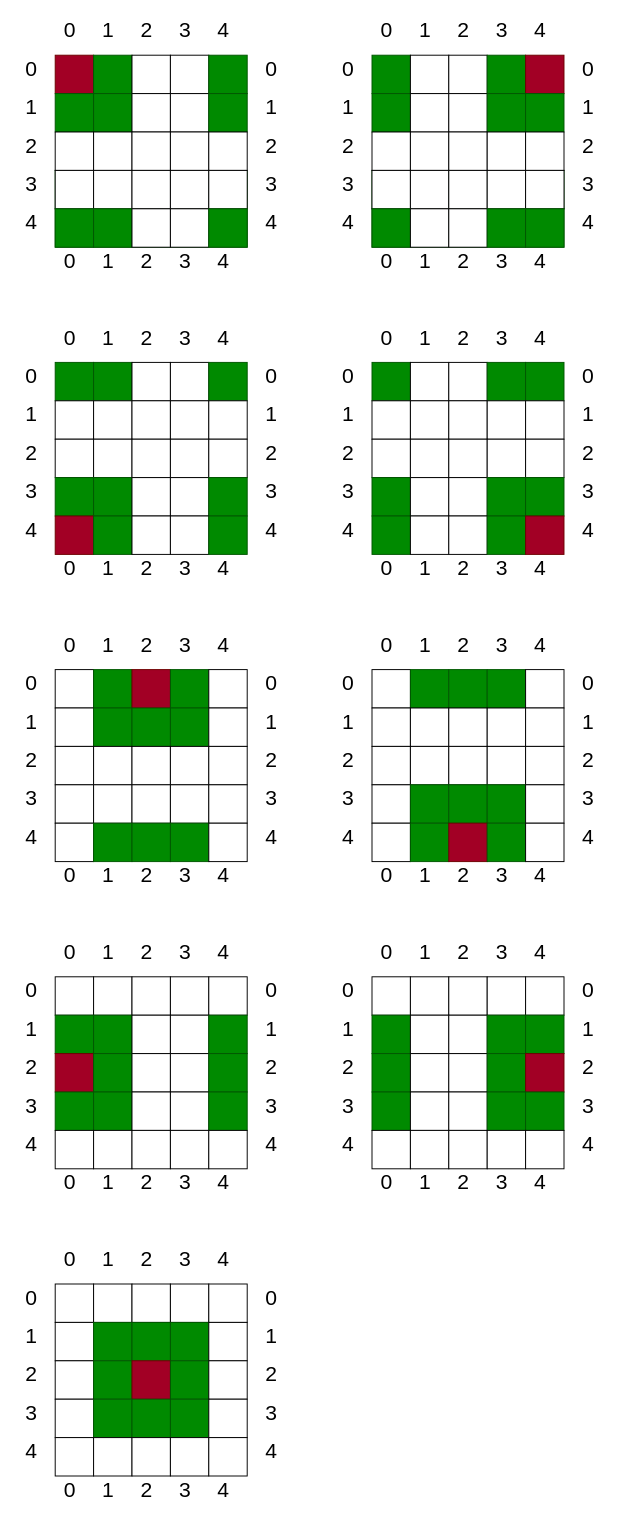
Above: Life.drawio in utamons/webtech (draw.io), before the change. Source tidied: cells renumbered, new cells numbered last; positions are measured from the earlier drawing's top-left corner, leaving out a move shared by most shapes. Both pictures are drawn from the tidied source at 96%, with x=0, y=0 at pixel (16, 16).
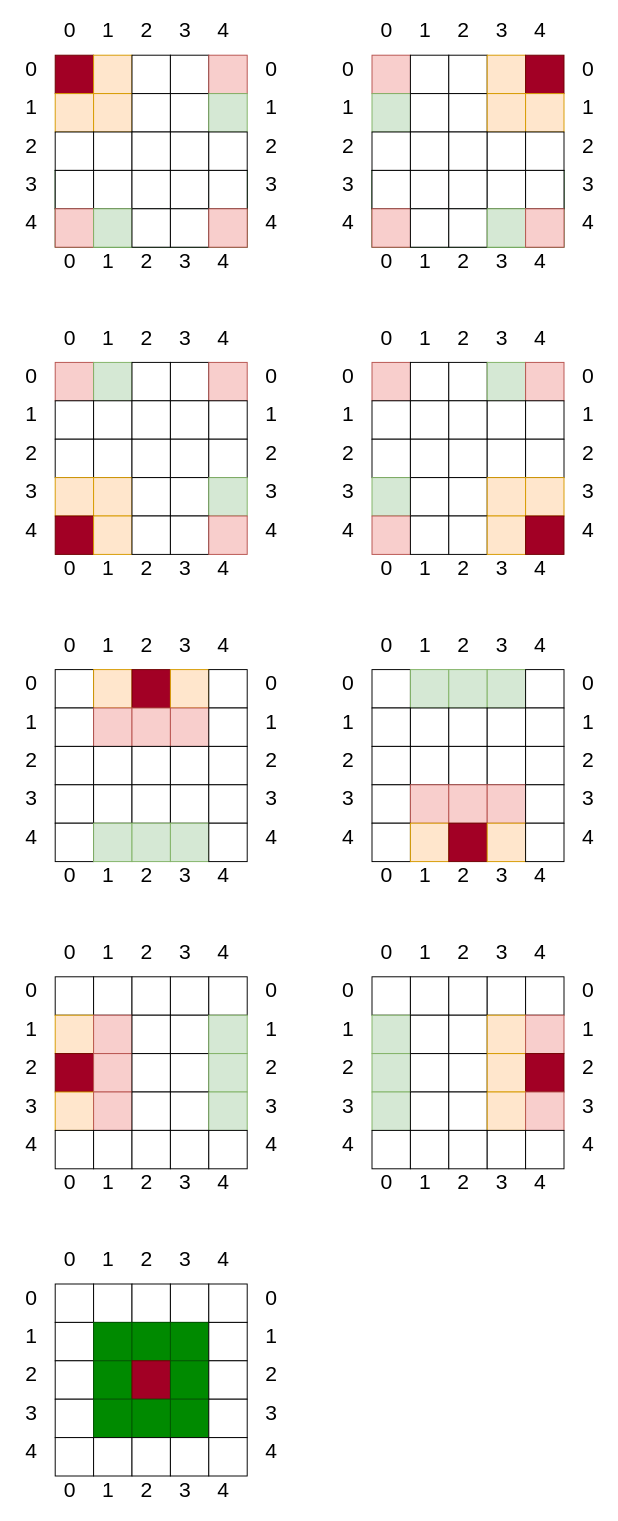
The same page after the edit.

Unchanged cells that the change refers to:
```xml
<mxCell id="2" style="group;" parent="1" vertex="1">
  <mxGeometry width="610" height="270" as="geometry" />
</mxCell>
<mxCell id="3" style="group;" parent="2" vertex="1">
  <mxGeometry width="280" height="270" as="geometry" />
</mxCell>
<mxCell id="98" style="group;" parent="1" vertex="1">
  <mxGeometry y="320" width="610" height="270" as="geometry" />
</mxCell>
<mxCell id="99" style="group;" parent="98" vertex="1">
  <mxGeometry width="280" height="270" as="geometry" />
</mxCell>
<mxCell id="194" style="group;" parent="1" vertex="1">
  <mxGeometry y="960" width="610" height="270" as="geometry" />
</mxCell>
<mxCell id="195" style="group;" parent="194" vertex="1">
  <mxGeometry width="280" height="270" as="geometry" />
</mxCell>
<mxCell id="290" style="group;" parent="1" vertex="1">
  <mxGeometry y="640" width="610" height="270" as="geometry" />
</mxCell>
<mxCell id="291" style="group;" parent="290" vertex="1">
  <mxGeometry width="280" height="270" as="geometry" />
</mxCell>
```

Change to the diagram source:
```diff
@@
-    <mxCell id="17" style="whiteSpace=wrap;html=1;fillColor=#008a00;strokeColor=#005700;fontColor=#ffffff;" parent="3" vertex="1">
+    <mxCell id="17" style="whiteSpace=wrap;html=1;fillColor=#ffe6cc;strokeColor=#d79b00;" parent="3" vertex="1">
       <mxGeometry x="80" y="40" width="40" height="40" as="geometry" />
     </mxCell>
@@
-    <mxCell id="20" style="whiteSpace=wrap;html=1;fillColor=#008a00;fontColor=#ffffff;strokeColor=#005700;" parent="3" vertex="1">
+    <mxCell id="20" style="whiteSpace=wrap;html=1;fillColor=#f8cecc;strokeColor=#b85450;" parent="3" vertex="1">
       <mxGeometry x="200" y="40" width="40" height="40" as="geometry" />
     </mxCell>
-    <mxCell id="21" style="whiteSpace=wrap;html=1;fillColor=#008a00;fontColor=#ffffff;strokeColor=#005700;" parent="3" vertex="1">
+    <mxCell id="21" style="whiteSpace=wrap;html=1;fillColor=#ffe6cc;strokeColor=#d79b00;" parent="3" vertex="1">
       <mxGeometry x="40" y="80" width="40" height="40" as="geometry" />
     </mxCell>
-    <mxCell id="22" style="whiteSpace=wrap;html=1;fillColor=#008a00;fontColor=#ffffff;strokeColor=#005700;" parent="3" vertex="1">
+    <mxCell id="22" style="whiteSpace=wrap;html=1;fillColor=#ffe6cc;strokeColor=#d79b00;" parent="3" vertex="1">
       <mxGeometry x="80" y="80" width="40" height="40" as="geometry" />
     </mxCell>
@@
-    <mxCell id="25" style="whiteSpace=wrap;html=1;fillColor=#008a00;fontColor=#ffffff;strokeColor=#005700;" parent="3" vertex="1">
+    <mxCell id="25" style="whiteSpace=wrap;html=1;fillColor=#d5e8d4;strokeColor=#82b366;" parent="3" vertex="1">
       <mxGeometry x="200" y="80" width="40" height="40" as="geometry" />
     </mxCell>
@@
-    <mxCell id="36" style="whiteSpace=wrap;html=1;fillColor=#008a00;fontColor=#ffffff;strokeColor=#005700;" parent="3" vertex="1">
+    <mxCell id="36" style="whiteSpace=wrap;html=1;fillColor=#f8cecc;strokeColor=#b85450;" parent="3" vertex="1">
       <mxGeometry x="40" y="200" width="40" height="40" as="geometry" />
     </mxCell>
-    <mxCell id="37" style="whiteSpace=wrap;html=1;fillColor=#008a00;fontColor=#ffffff;strokeColor=#005700;" parent="3" vertex="1">
+    <mxCell id="37" style="whiteSpace=wrap;html=1;fillColor=#d5e8d4;strokeColor=#82b366;" parent="3" vertex="1">
       <mxGeometry x="80" y="200" width="40" height="40" as="geometry" />
     </mxCell>
@@
-    <mxCell id="40" style="whiteSpace=wrap;html=1;fillColor=#008a00;fontColor=#ffffff;strokeColor=#005700;" parent="3" vertex="1">
+    <mxCell id="40" style="whiteSpace=wrap;html=1;fillColor=#f8cecc;strokeColor=#b85450;" parent="3" vertex="1">
       <mxGeometry x="200" y="200" width="40" height="40" as="geometry" />
     </mxCell>
@@
-    <mxCell id="63" style="whiteSpace=wrap;html=1;fillColor=#008a00;fontColor=#ffffff;strokeColor=#005700;" parent="2" vertex="1">
+    <mxCell id="63" style="whiteSpace=wrap;html=1;fillColor=#f8cecc;strokeColor=#b85450;" parent="2" vertex="1">
       <mxGeometry x="370" y="40" width="40" height="40" as="geometry" />
     </mxCell>
@@
-    <mxCell id="66" style="whiteSpace=wrap;html=1;fillColor=#008a00;fontColor=#ffffff;strokeColor=#005700;" parent="2" vertex="1">
+    <mxCell id="66" style="whiteSpace=wrap;html=1;fillColor=#ffe6cc;strokeColor=#d79b00;" parent="2" vertex="1">
       <mxGeometry x="490" y="40" width="40" height="40" as="geometry" />
     </mxCell>
@@
-    <mxCell id="68" style="whiteSpace=wrap;html=1;fillColor=#008a00;fontColor=#ffffff;strokeColor=#005700;" parent="2" vertex="1">
+    <mxCell id="68" style="whiteSpace=wrap;html=1;fillColor=#d5e8d4;strokeColor=#82b366;" parent="2" vertex="1">
       <mxGeometry x="370" y="80" width="40" height="40" as="geometry" />
     </mxCell>
@@
-    <mxCell id="71" style="whiteSpace=wrap;html=1;fillColor=#008a00;fontColor=#ffffff;strokeColor=#005700;" parent="2" vertex="1">
+    <mxCell id="71" style="whiteSpace=wrap;html=1;fillColor=#ffe6cc;strokeColor=#d79b00;" parent="2" vertex="1">
       <mxGeometry x="490" y="80" width="40" height="40" as="geometry" />
     </mxCell>
-    <mxCell id="72" style="whiteSpace=wrap;html=1;fillColor=#008a00;fontColor=#ffffff;strokeColor=#005700;" parent="2" vertex="1">
+    <mxCell id="72" style="whiteSpace=wrap;html=1;fillColor=#ffe6cc;strokeColor=#d79b00;" parent="2" vertex="1">
       <mxGeometry x="530" y="80" width="40" height="40" as="geometry" />
     </mxCell>
@@
-    <mxCell id="83" style="whiteSpace=wrap;html=1;fillColor=#008a00;fontColor=#ffffff;strokeColor=#005700;" parent="2" vertex="1">
+    <mxCell id="83" style="whiteSpace=wrap;html=1;fillColor=#f8cecc;strokeColor=#b85450;" parent="2" vertex="1">
       <mxGeometry x="370" y="200" width="40" height="40" as="geometry" />
     </mxCell>
@@
-    <mxCell id="86" style="whiteSpace=wrap;html=1;fillColor=#008a00;fontColor=#ffffff;strokeColor=#005700;" parent="2" vertex="1">
+    <mxCell id="86" style="whiteSpace=wrap;html=1;fillColor=#d5e8d4;strokeColor=#82b366;" parent="2" vertex="1">
       <mxGeometry x="490" y="200" width="40" height="40" as="geometry" />
     </mxCell>
-    <mxCell id="87" style="whiteSpace=wrap;html=1;fillColor=#008a00;fontColor=#ffffff;strokeColor=#005700;" parent="2" vertex="1">
+    <mxCell id="87" style="whiteSpace=wrap;html=1;fillColor=#f8cecc;strokeColor=#b85450;" parent="2" vertex="1">
       <mxGeometry x="530" y="200" width="40" height="40" as="geometry" />
     </mxCell>
@@
-    <mxCell id="112" style="whiteSpace=wrap;html=1;fillColor=#008a00;fontColor=#ffffff;strokeColor=#005700;" parent="99" vertex="1">
+    <mxCell id="112" style="whiteSpace=wrap;html=1;fillColor=#f8cecc;strokeColor=#b85450;" parent="99" vertex="1">
       <mxGeometry x="40" y="40" width="40" height="40" as="geometry" />
     </mxCell>
-    <mxCell id="113" style="whiteSpace=wrap;html=1;fillColor=#008a00;fontColor=#ffffff;strokeColor=#005700;" parent="99" vertex="1">
+    <mxCell id="113" style="whiteSpace=wrap;html=1;fillColor=#d5e8d4;strokeColor=#82b366;" parent="99" vertex="1">
       <mxGeometry x="80" y="40" width="40" height="40" as="geometry" />
     </mxCell>
@@
-    <mxCell id="116" style="whiteSpace=wrap;html=1;fillColor=#008a00;fontColor=#ffffff;strokeColor=#005700;" parent="99" vertex="1">
+    <mxCell id="116" style="whiteSpace=wrap;html=1;fillColor=#f8cecc;strokeColor=#b85450;" parent="99" vertex="1">
       <mxGeometry x="200" y="40" width="40" height="40" as="geometry" />
     </mxCell>
@@
-    <mxCell id="127" style="whiteSpace=wrap;html=1;fillColor=#008a00;fontColor=#ffffff;strokeColor=#005700;" parent="99" vertex="1">
+    <mxCell id="127" style="whiteSpace=wrap;html=1;fillColor=#ffe6cc;strokeColor=#d79b00;" parent="99" vertex="1">
       <mxGeometry x="40" y="160" width="40" height="40" as="geometry" />
     </mxCell>
-    <mxCell id="128" style="whiteSpace=wrap;html=1;fillColor=#008a00;fontColor=#ffffff;strokeColor=#005700;" parent="99" vertex="1">
+    <mxCell id="128" style="whiteSpace=wrap;html=1;fillColor=#ffe6cc;strokeColor=#d79b00;" parent="99" vertex="1">
       <mxGeometry x="80" y="160" width="40" height="40" as="geometry" />
     </mxCell>
@@
-    <mxCell id="131" style="whiteSpace=wrap;html=1;fillColor=#008a00;fontColor=#ffffff;strokeColor=#005700;" parent="99" vertex="1">
+    <mxCell id="131" style="whiteSpace=wrap;html=1;fillColor=#d5e8d4;strokeColor=#82b366;" parent="99" vertex="1">
       <mxGeometry x="200" y="160" width="40" height="40" as="geometry" />
     </mxCell>
@@
-    <mxCell id="133" style="whiteSpace=wrap;html=1;fillColor=#008a00;fontColor=#ffffff;strokeColor=#005700;" parent="99" vertex="1">
+    <mxCell id="133" style="whiteSpace=wrap;html=1;fillColor=#ffe6cc;strokeColor=#d79b00;" parent="99" vertex="1">
       <mxGeometry x="80" y="200" width="40" height="40" as="geometry" />
     </mxCell>
@@
-    <mxCell id="136" style="whiteSpace=wrap;html=1;fillColor=#008a00;fontColor=#ffffff;strokeColor=#005700;" parent="99" vertex="1">
+    <mxCell id="136" style="whiteSpace=wrap;html=1;fillColor=#f8cecc;strokeColor=#b85450;" parent="99" vertex="1">
       <mxGeometry x="200" y="200" width="40" height="40" as="geometry" />
     </mxCell>
@@
-    <mxCell id="159" style="whiteSpace=wrap;html=1;fillColor=#008a00;fontColor=#ffffff;strokeColor=#005700;" parent="98" vertex="1">
+    <mxCell id="159" style="whiteSpace=wrap;html=1;fillColor=#f8cecc;strokeColor=#b85450;" parent="98" vertex="1">
       <mxGeometry x="370" y="40" width="40" height="40" as="geometry" />
     </mxCell>
@@
-    <mxCell id="162" style="whiteSpace=wrap;html=1;fillColor=#008a00;fontColor=#ffffff;strokeColor=#005700;" parent="98" vertex="1">
+    <mxCell id="162" style="whiteSpace=wrap;html=1;fillColor=#d5e8d4;strokeColor=#82b366;" parent="98" vertex="1">
       <mxGeometry x="490" y="40" width="40" height="40" as="geometry" />
     </mxCell>
-    <mxCell id="163" style="whiteSpace=wrap;html=1;fillColor=#008a00;fontColor=#ffffff;strokeColor=#005700;" parent="98" vertex="1">
+    <mxCell id="163" style="whiteSpace=wrap;html=1;fillColor=#f8cecc;strokeColor=#b85450;" parent="98" vertex="1">
       <mxGeometry x="530" y="40" width="40" height="40" as="geometry" />
     </mxCell>
@@
-    <mxCell id="174" style="whiteSpace=wrap;html=1;fillColor=#008a00;fontColor=#ffffff;strokeColor=#005700;" parent="98" vertex="1">
+    <mxCell id="174" style="whiteSpace=wrap;html=1;fillColor=#d5e8d4;strokeColor=#82b366;" parent="98" vertex="1">
       <mxGeometry x="370" y="160" width="40" height="40" as="geometry" />
     </mxCell>
@@
-    <mxCell id="177" style="whiteSpace=wrap;html=1;fillColor=#008a00;fontColor=#ffffff;strokeColor=#005700;" parent="98" vertex="1">
+    <mxCell id="177" style="whiteSpace=wrap;html=1;fillColor=#ffe6cc;strokeColor=#d79b00;" parent="98" vertex="1">
       <mxGeometry x="490" y="160" width="40" height="40" as="geometry" />
     </mxCell>
-    <mxCell id="178" style="whiteSpace=wrap;html=1;fillColor=#008a00;fontColor=#ffffff;strokeColor=#005700;" parent="98" vertex="1">
+    <mxCell id="178" style="whiteSpace=wrap;html=1;fillColor=#ffe6cc;strokeColor=#d79b00;" parent="98" vertex="1">
       <mxGeometry x="530" y="160" width="40" height="40" as="geometry" />
     </mxCell>
-    <mxCell id="179" style="whiteSpace=wrap;html=1;fillColor=#008a00;fontColor=#ffffff;strokeColor=#005700;" parent="98" vertex="1">
+    <mxCell id="179" style="whiteSpace=wrap;html=1;fillColor=#f8cecc;strokeColor=#b85450;" parent="98" vertex="1">
       <mxGeometry x="370" y="200" width="40" height="40" as="geometry" />
     </mxCell>
@@
-    <mxCell id="182" style="whiteSpace=wrap;html=1;fillColor=#008a00;fontColor=#ffffff;strokeColor=#005700;" parent="98" vertex="1">
+    <mxCell id="182" style="whiteSpace=wrap;html=1;fillColor=#ffe6cc;strokeColor=#d79b00;" parent="98" vertex="1">
       <mxGeometry x="490" y="200" width="40" height="40" as="geometry" />
     </mxCell>
@@
-    <mxCell id="213" style="whiteSpace=wrap;html=1;fillColor=#008a00;fontColor=#ffffff;strokeColor=#005700;" parent="195" vertex="1">
+    <mxCell id="213" style="whiteSpace=wrap;html=1;fillColor=#ffe6cc;strokeColor=#d79b00;" parent="195" vertex="1">
       <mxGeometry x="40" y="80" width="40" height="40" as="geometry" />
     </mxCell>
-    <mxCell id="214" style="whiteSpace=wrap;html=1;fillColor=#008a00;fontColor=#ffffff;strokeColor=#005700;" parent="195" vertex="1">
+    <mxCell id="214" style="whiteSpace=wrap;html=1;fillColor=#f8cecc;strokeColor=#b85450;" parent="195" vertex="1">
       <mxGeometry x="80" y="80" width="40" height="40" as="geometry" />
     </mxCell>
@@
-    <mxCell id="217" style="whiteSpace=wrap;html=1;fillColor=#008a00;fontColor=#ffffff;strokeColor=#005700;" parent="195" vertex="1">
+    <mxCell id="217" style="whiteSpace=wrap;html=1;fillColor=#d5e8d4;strokeColor=#82b366;" parent="195" vertex="1">
       <mxGeometry x="200" y="80" width="40" height="40" as="geometry" />
     </mxCell>
@@
-    <mxCell id="219" style="whiteSpace=wrap;html=1;fillColor=#008a00;fontColor=#ffffff;strokeColor=#005700;" parent="195" vertex="1">
+    <mxCell id="219" style="whiteSpace=wrap;html=1;fillColor=#f8cecc;strokeColor=#b85450;" parent="195" vertex="1">
       <mxGeometry x="80" y="120" width="40" height="40" as="geometry" />
     </mxCell>
@@
-    <mxCell id="222" style="whiteSpace=wrap;html=1;fillColor=#008a00;fontColor=#ffffff;strokeColor=#005700;" parent="195" vertex="1">
+    <mxCell id="222" style="whiteSpace=wrap;html=1;fillColor=#d5e8d4;strokeColor=#82b366;" parent="195" vertex="1">
       <mxGeometry x="200" y="120" width="40" height="40" as="geometry" />
     </mxCell>
-    <mxCell id="223" style="whiteSpace=wrap;html=1;fillColor=#008a00;fontColor=#ffffff;strokeColor=#005700;" parent="195" vertex="1">
+    <mxCell id="223" style="whiteSpace=wrap;html=1;fillColor=#ffe6cc;strokeColor=#d79b00;" parent="195" vertex="1">
       <mxGeometry x="40" y="160" width="40" height="40" as="geometry" />
     </mxCell>
-    <mxCell id="224" style="whiteSpace=wrap;html=1;fillColor=#008a00;fontColor=#ffffff;strokeColor=#005700;" parent="195" vertex="1">
+    <mxCell id="224" style="whiteSpace=wrap;html=1;fillColor=#f8cecc;strokeColor=#b85450;" parent="195" vertex="1">
       <mxGeometry x="80" y="160" width="40" height="40" as="geometry" />
     </mxCell>
@@
-    <mxCell id="227" style="whiteSpace=wrap;html=1;fillColor=#008a00;fontColor=#ffffff;strokeColor=#005700;" parent="195" vertex="1">
+    <mxCell id="227" style="whiteSpace=wrap;html=1;fillColor=#d5e8d4;strokeColor=#82b366;" parent="195" vertex="1">
       <mxGeometry x="200" y="160" width="40" height="40" as="geometry" />
     </mxCell>
@@
-    <mxCell id="260" style="whiteSpace=wrap;html=1;fillColor=#008a00;fontColor=#ffffff;strokeColor=#005700;" parent="194" vertex="1">
+    <mxCell id="260" style="whiteSpace=wrap;html=1;fillColor=#d5e8d4;strokeColor=#82b366;" parent="194" vertex="1">
       <mxGeometry x="370" y="80" width="40" height="40" as="geometry" />
     </mxCell>
@@
-    <mxCell id="263" style="whiteSpace=wrap;html=1;fillColor=#008a00;fontColor=#ffffff;strokeColor=#005700;" parent="194" vertex="1">
+    <mxCell id="263" style="whiteSpace=wrap;html=1;fillColor=#ffe6cc;strokeColor=#d79b00;" parent="194" vertex="1">
       <mxGeometry x="490" y="80" width="40" height="40" as="geometry" />
     </mxCell>
-    <mxCell id="264" style="whiteSpace=wrap;html=1;fillColor=#008a00;fontColor=#ffffff;strokeColor=#005700;" parent="194" vertex="1">
+    <mxCell id="264" style="whiteSpace=wrap;html=1;fillColor=#f8cecc;strokeColor=#b85450;" parent="194" vertex="1">
       <mxGeometry x="530" y="80" width="40" height="40" as="geometry" />
     </mxCell>
-    <mxCell id="265" style="whiteSpace=wrap;html=1;fillColor=#008a00;fontColor=#ffffff;strokeColor=#005700;" parent="194" vertex="1">
+    <mxCell id="265" style="whiteSpace=wrap;html=1;fillColor=#d5e8d4;strokeColor=#82b366;" parent="194" vertex="1">
       <mxGeometry x="370" y="120" width="40" height="40" as="geometry" />
     </mxCell>
@@
-    <mxCell id="268" style="whiteSpace=wrap;html=1;fillColor=#008a00;fontColor=#ffffff;strokeColor=#005700;" parent="194" vertex="1">
+    <mxCell id="268" style="whiteSpace=wrap;html=1;fillColor=#ffe6cc;strokeColor=#d79b00;" parent="194" vertex="1">
       <mxGeometry x="490" y="120" width="40" height="40" as="geometry" />
     </mxCell>
@@
-    <mxCell id="270" style="whiteSpace=wrap;html=1;fillColor=#008a00;fontColor=#ffffff;strokeColor=#005700;" parent="194" vertex="1">
+    <mxCell id="270" style="whiteSpace=wrap;html=1;fillColor=#d5e8d4;strokeColor=#82b366;" parent="194" vertex="1">
       <mxGeometry x="370" y="160" width="40" height="40" as="geometry" />
     </mxCell>
@@
-    <mxCell id="273" style="whiteSpace=wrap;html=1;fillColor=#008a00;fontColor=#ffffff;strokeColor=#005700;" parent="194" vertex="1">
+    <mxCell id="273" style="whiteSpace=wrap;html=1;fillColor=#ffe6cc;strokeColor=#d79b00;" parent="194" vertex="1">
       <mxGeometry x="490" y="160" width="40" height="40" as="geometry" />
     </mxCell>
-    <mxCell id="274" style="whiteSpace=wrap;html=1;fillColor=#008a00;fontColor=#ffffff;strokeColor=#005700;" parent="194" vertex="1">
+    <mxCell id="274" style="whiteSpace=wrap;html=1;fillColor=#f8cecc;strokeColor=#b85450;" parent="194" vertex="1">
       <mxGeometry x="530" y="160" width="40" height="40" as="geometry" />
     </mxCell>
@@
-    <mxCell id="305" style="whiteSpace=wrap;html=1;fillColor=#008a00;fontColor=#ffffff;strokeColor=#005700;" parent="291" vertex="1">
+    <mxCell id="305" style="whiteSpace=wrap;html=1;fillColor=#ffe6cc;strokeColor=#d79b00;" parent="291" vertex="1">
       <mxGeometry x="80" y="40" width="40" height="40" as="geometry" />
     </mxCell>
@@
-    <mxCell id="307" style="whiteSpace=wrap;html=1;fillColor=#008a00;fontColor=#ffffff;strokeColor=#005700;" parent="291" vertex="1">
+    <mxCell id="307" style="whiteSpace=wrap;html=1;fillColor=#ffe6cc;strokeColor=#d79b00;" parent="291" vertex="1">
       <mxGeometry x="160" y="40" width="40" height="40" as="geometry" />
     </mxCell>
@@
-    <mxCell id="310" style="whiteSpace=wrap;html=1;fillColor=#008a00;fontColor=#ffffff;strokeColor=#005700;" parent="291" vertex="1">
+    <mxCell id="310" style="whiteSpace=wrap;html=1;fillColor=#f8cecc;strokeColor=#b85450;" parent="291" vertex="1">
       <mxGeometry x="80" y="80" width="40" height="40" as="geometry" />
     </mxCell>
-    <mxCell id="311" style="whiteSpace=wrap;html=1;fillColor=#008a00;fontColor=#ffffff;strokeColor=#005700;" parent="291" vertex="1">
+    <mxCell id="311" style="whiteSpace=wrap;html=1;fillColor=#f8cecc;strokeColor=#b85450;" parent="291" vertex="1">
       <mxGeometry x="120" y="80" width="40" height="40" as="geometry" />
     </mxCell>
-    <mxCell id="312" style="whiteSpace=wrap;html=1;fillColor=#008a00;fontColor=#ffffff;strokeColor=#005700;" parent="291" vertex="1">
+    <mxCell id="312" style="whiteSpace=wrap;html=1;fillColor=#f8cecc;strokeColor=#b85450;" parent="291" vertex="1">
       <mxGeometry x="160" y="80" width="40" height="40" as="geometry" />
     </mxCell>
@@
-    <mxCell id="325" style="whiteSpace=wrap;html=1;fillColor=#008a00;fontColor=#ffffff;strokeColor=#005700;" parent="291" vertex="1">
+    <mxCell id="325" style="whiteSpace=wrap;html=1;fillColor=#d5e8d4;strokeColor=#82b366;" parent="291" vertex="1">
       <mxGeometry x="80" y="200" width="40" height="40" as="geometry" />
     </mxCell>
-    <mxCell id="326" style="whiteSpace=wrap;html=1;fillColor=#008a00;fontColor=#ffffff;strokeColor=#005700;" parent="291" vertex="1">
+    <mxCell id="326" style="whiteSpace=wrap;html=1;fillColor=#d5e8d4;strokeColor=#82b366;" parent="291" vertex="1">
       <mxGeometry x="120" y="200" width="40" height="40" as="geometry" />
     </mxCell>
-    <mxCell id="327" style="whiteSpace=wrap;html=1;fillColor=#008a00;fontColor=#ffffff;strokeColor=#005700;" parent="291" vertex="1">
+    <mxCell id="327" style="whiteSpace=wrap;html=1;fillColor=#d5e8d4;strokeColor=#82b366;" parent="291" vertex="1">
       <mxGeometry x="160" y="200" width="40" height="40" as="geometry" />
     </mxCell>
@@
-    <mxCell id="352" style="whiteSpace=wrap;html=1;fillColor=#008a00;fontColor=#ffffff;strokeColor=#005700;" parent="290" vertex="1">
+    <mxCell id="352" style="whiteSpace=wrap;html=1;fillColor=#d5e8d4;strokeColor=#82b366;" parent="290" vertex="1">
       <mxGeometry x="410" y="40" width="40" height="40" as="geometry" />
     </mxCell>
-    <mxCell id="353" style="whiteSpace=wrap;html=1;fillColor=#008a00;fontColor=#ffffff;strokeColor=#005700;" parent="290" vertex="1">
+    <mxCell id="353" style="whiteSpace=wrap;html=1;fillColor=#d5e8d4;strokeColor=#82b366;" parent="290" vertex="1">
       <mxGeometry x="450" y="40" width="40" height="40" as="geometry" />
     </mxCell>
-    <mxCell id="354" style="whiteSpace=wrap;html=1;fillColor=#008a00;fontColor=#ffffff;strokeColor=#005700;" parent="290" vertex="1">
+    <mxCell id="354" style="whiteSpace=wrap;html=1;fillColor=#d5e8d4;strokeColor=#82b366;" parent="290" vertex="1">
       <mxGeometry x="490" y="40" width="40" height="40" as="geometry" />
     </mxCell>
@@
-    <mxCell id="367" style="whiteSpace=wrap;html=1;fillColor=#008a00;fontColor=#ffffff;strokeColor=#005700;" parent="290" vertex="1">
+    <mxCell id="367" style="whiteSpace=wrap;html=1;fillColor=#f8cecc;strokeColor=#b85450;" parent="290" vertex="1">
       <mxGeometry x="410" y="160" width="40" height="40" as="geometry" />
     </mxCell>
-    <mxCell id="368" style="whiteSpace=wrap;html=1;fillColor=#008a00;fontColor=#ffffff;strokeColor=#005700;" parent="290" vertex="1">
+    <mxCell id="368" style="whiteSpace=wrap;html=1;fillColor=#f8cecc;strokeColor=#b85450;" parent="290" vertex="1">
       <mxGeometry x="450" y="160" width="40" height="40" as="geometry" />
     </mxCell>
-    <mxCell id="369" style="whiteSpace=wrap;html=1;fillColor=#008a00;fontColor=#ffffff;strokeColor=#005700;" parent="290" vertex="1">
+    <mxCell id="369" style="whiteSpace=wrap;html=1;fillColor=#f8cecc;strokeColor=#b85450;" parent="290" vertex="1">
       <mxGeometry x="490" y="160" width="40" height="40" as="geometry" />
     </mxCell>
@@
-    <mxCell id="372" style="whiteSpace=wrap;html=1;fillColor=#008a00;fontColor=#ffffff;strokeColor=#005700;" parent="290" vertex="1">
+    <mxCell id="372" style="whiteSpace=wrap;html=1;fillColor=#ffe6cc;strokeColor=#d79b00;" parent="290" vertex="1">
       <mxGeometry x="410" y="200" width="40" height="40" as="geometry" />
     </mxCell>
@@
-    <mxCell id="374" style="whiteSpace=wrap;html=1;fillColor=#008a00;fontColor=#ffffff;strokeColor=#005700;" parent="290" vertex="1">
+    <mxCell id="374" style="whiteSpace=wrap;html=1;fillColor=#ffe6cc;strokeColor=#d79b00;" parent="290" vertex="1">
       <mxGeometry x="490" y="200" width="40" height="40" as="geometry" />
     </mxCell>
```
